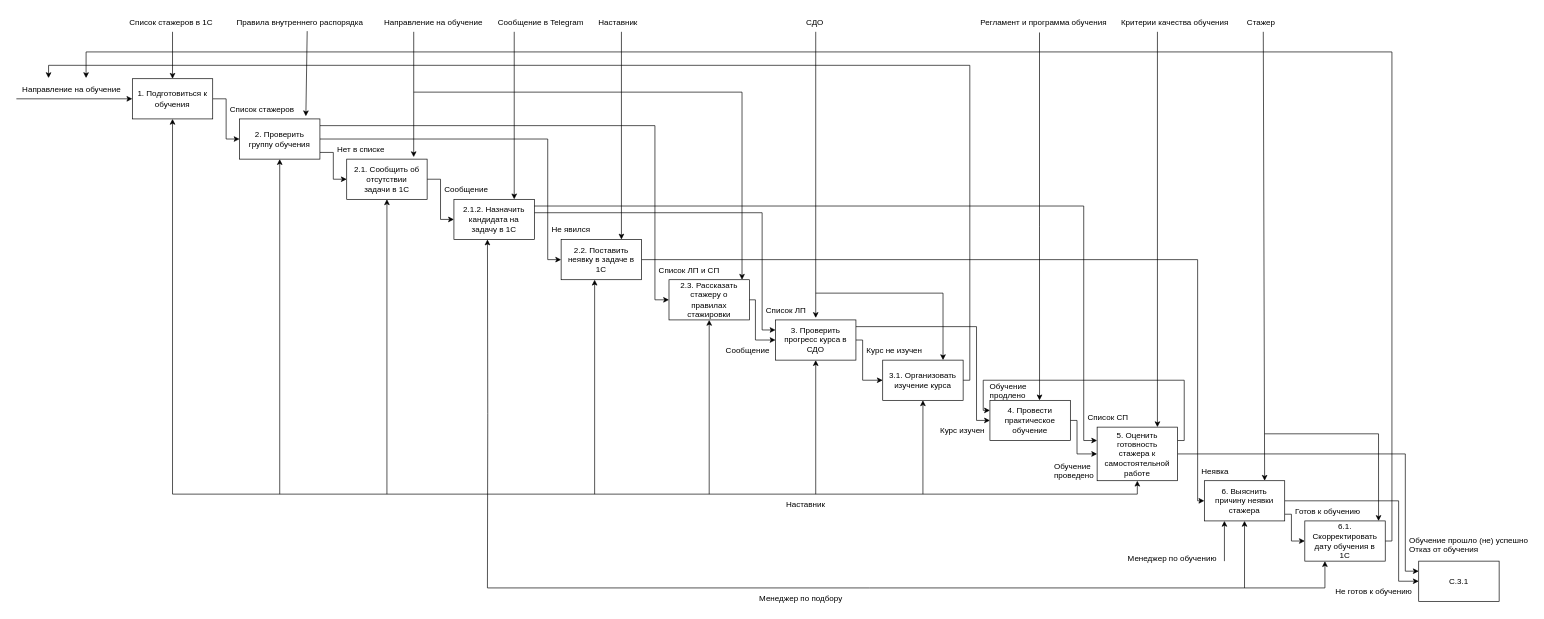
Earlier version of the draw.io diagram testFolder/IDEF0.drawio (Rientaro/lolo). Source tidied: cells renumbered, new cells numbered last; positions are measured from the earlier drawing's top-left corner, leaving out a move shared by most shapes. Both pictures are drawn from the tidied source at 67%, with x=0, y=0 at pixel (18, 11).
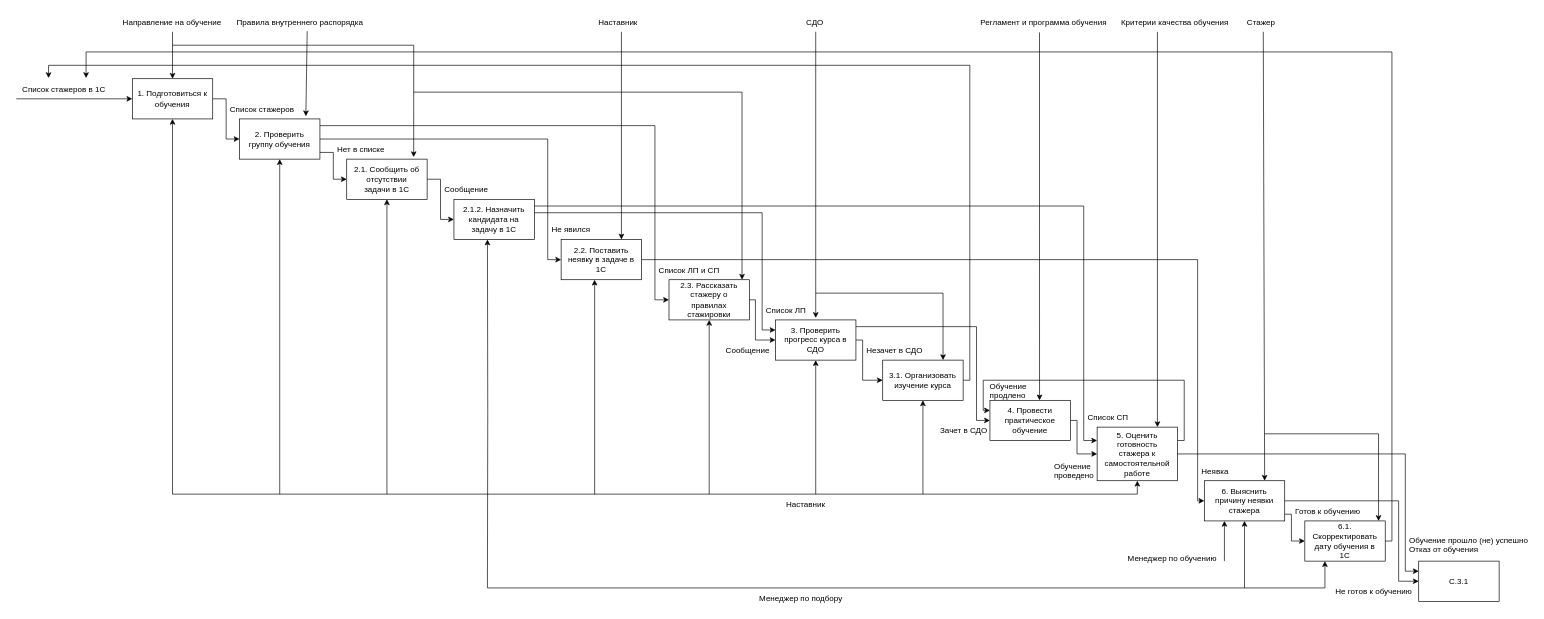
After the change.

The change refers to these unchanged cells:
```xml
<mxCell id="9" value="2.1. Сообщить об&lt;br&gt;отсутствии&lt;br&gt;задачи в 1С" style="rounded=0;whiteSpace=wrap;html=1;" parent="1" vertex="1">
  <mxGeometry x="490" y="220" width="120" height="60" as="geometry" />
</mxCell>
<mxCell id="11" value="2.1.2. Назначить&lt;br&gt;кандидата на&lt;br&gt;задачу в 1С" style="rounded=0;whiteSpace=wrap;html=1;" parent="1" vertex="1">
  <mxGeometry x="650" y="280" width="120" height="60" as="geometry" />
</mxCell>
```

The edit, as a diff of the source:
```diff
@@
-    <mxCell id="33" value="Направление на обучение" style="text;strokeColor=none;fillColor=none;align=left;verticalAlign=middle;spacingLeft=4;spacingRight=4;overflow=hidden;points=[[0,0.5],[1,0.5]];portConstraint=eastwest;" parent="1" vertex="1">
+    <mxCell id="33" value="Список стажеров в 1С" style="text;strokeColor=none;fillColor=none;align=left;verticalAlign=middle;spacingLeft=4;spacingRight=4;overflow=hidden;points=[[0,0.5],[1,0.5]];portConstraint=eastwest;" parent="1" vertex="1">
       <mxGeometry y="100" width="160" height="30" as="geometry" />
     </mxCell>
@@
-    <mxCell id="40" value="Курс не изучен" style="text;strokeColor=none;fillColor=none;align=left;verticalAlign=middle;spacingLeft=4;spacingRight=4;overflow=hidden;" parent="1" vertex="1">
+    <mxCell id="40" value="Незачет в СДО" style="text;strokeColor=none;fillColor=none;align=left;verticalAlign=middle;spacingLeft=4;spacingRight=4;overflow=hidden;" parent="1" vertex="1">
       <mxGeometry x="1260" y="490" width="100" height="30" as="geometry" />
     </mxCell>
-    <mxCell id="41" value="Курс изучен" style="text;strokeColor=none;fillColor=none;align=left;verticalAlign=middle;spacingLeft=4;spacingRight=4;overflow=hidden;" parent="1" vertex="1">
+    <mxCell id="41" value="Зачет в СДО" style="text;strokeColor=none;fillColor=none;align=left;verticalAlign=middle;spacingLeft=4;spacingRight=4;overflow=hidden;" parent="1" vertex="1">
       <mxGeometry x="1370" y="610" width="100" height="30" as="geometry" />
     </mxCell>
@@
-    <mxCell id="67" value="Список стажеров в 1С" style="text;strokeColor=none;fillColor=none;align=left;verticalAlign=middle;spacingLeft=4;spacingRight=4;overflow=hidden;" parent="1" vertex="1">
-      <mxGeometry x="160" width="150" height="30" as="geometry" />
+    <mxCell id="67" value="Направление на обучение" style="text;strokeColor=none;fillColor=none;align=left;verticalAlign=middle;spacingLeft=4;spacingRight=4;overflow=hidden;" parent="1" vertex="1">
+      <mxGeometry x="150" width="160" height="30" as="geometry" />
     </mxCell>
@@
-    <mxCell id="71" value="Направление на обучение" style="text;strokeColor=none;fillColor=none;align=left;verticalAlign=middle;spacingLeft=4;spacingRight=4;overflow=hidden;" parent="1" vertex="1">
-      <mxGeometry x="540" width="160" height="30" as="geometry" />
-    </mxCell>
     <mxCell id="72" style="endArrow=classic;html=1;rounded=0;entryX=0.833;entryY=-0.05;entryDx=0;entryDy=0;entryPerimeter=0;" parent="1" edge="1" target="9">
       <mxGeometry relative="1" as="geometry">
-        <mxPoint x="590" y="30" as="sourcePoint" />
+        <mxPoint x="230" y="50" as="sourcePoint" />
+        <Array as="points">
+          <mxPoint x="590" y="50" />
+        </Array>
       </mxGeometry>
     </mxCell>
-    <mxCell id="73" value="Сообщение в Telegram" style="text;strokeColor=none;fillColor=none;align=left;verticalAlign=middle;spacingLeft=4;spacingRight=4;overflow=hidden;" parent="1" vertex="1">
-      <mxGeometry x="710" width="140" height="30" as="geometry" />
-    </mxCell>
-    <mxCell id="74" style="endArrow=classic;html=1;rounded=0;entryX=0.75;entryY=0;entryDx=0;entryDy=0;" parent="1" edge="1" target="11">
-      <mxGeometry relative="1" as="geometry">
-        <mxPoint x="740" y="30" as="sourcePoint" />
-      </mxGeometry>
-    </mxCell>
```
